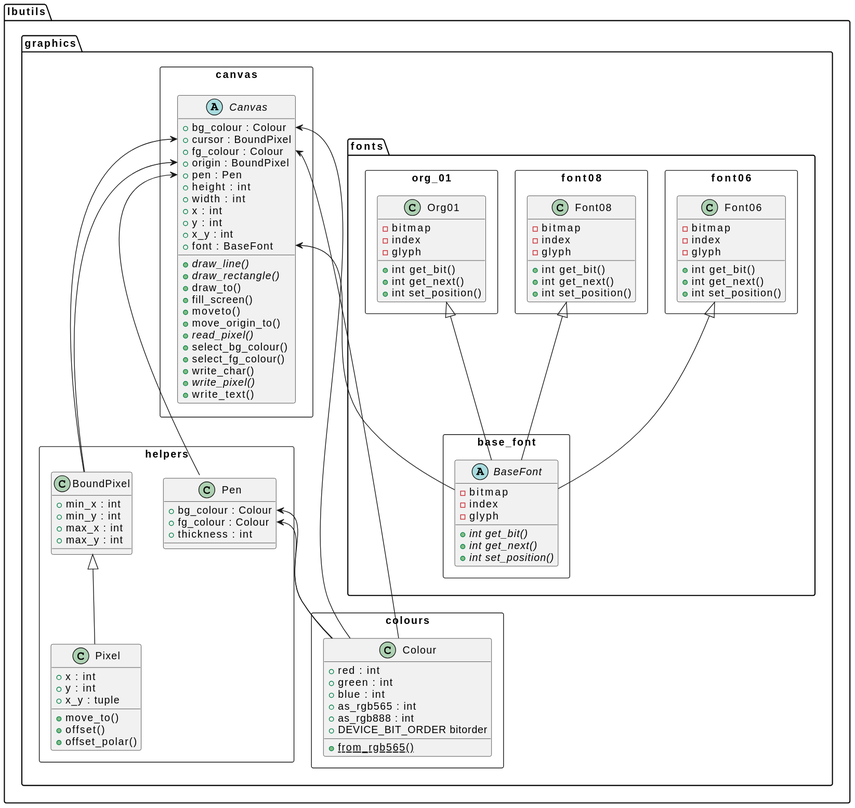
dlove24/lbutils keeps this PlantUML diagram as docs/media/lbutils_graphics.svg. Above is the earlier version.
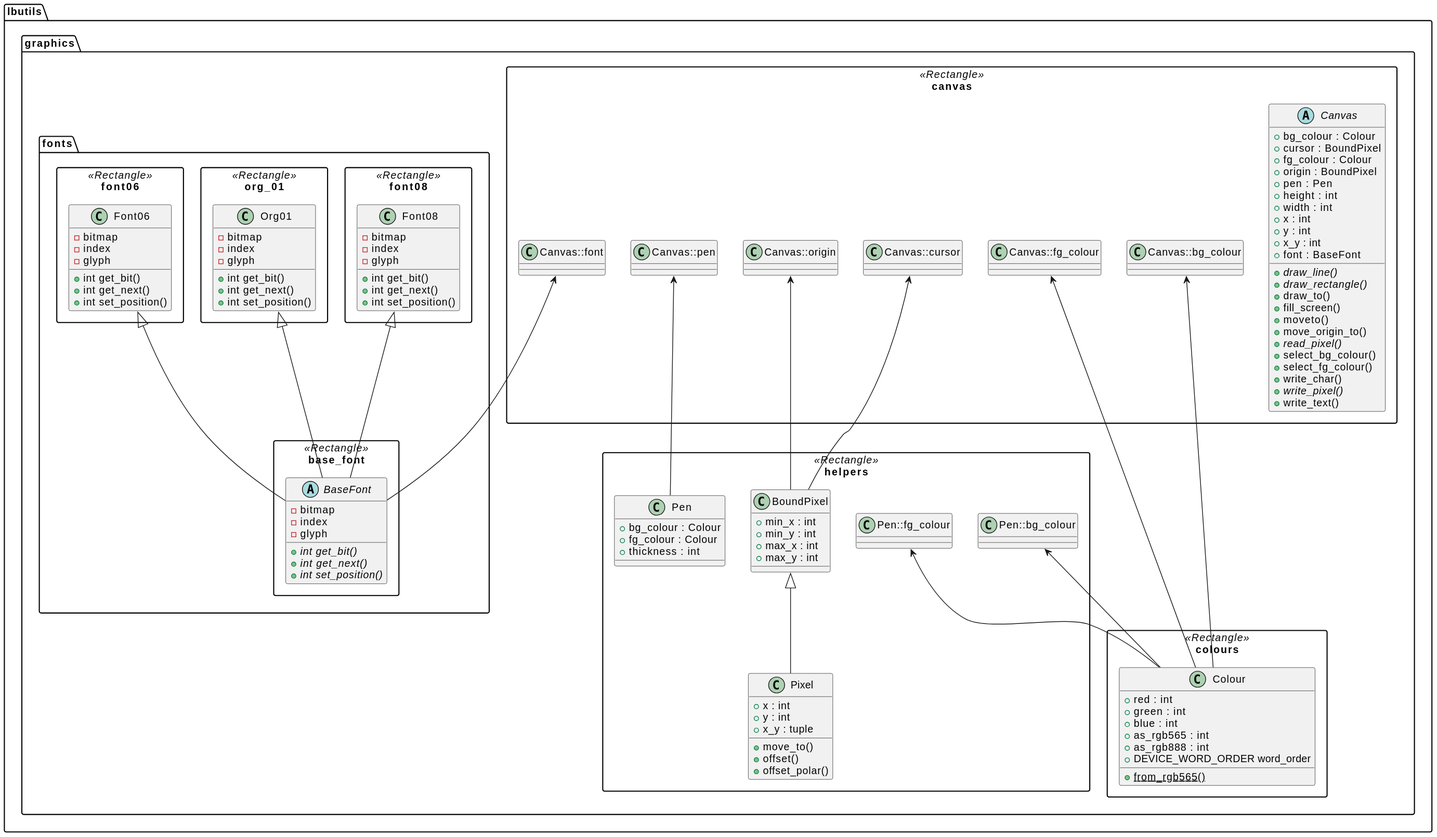
The same file after the commit.

The edit, as a diff of the source:
```diff
@@ -71,7 +71,7 @@
             + blue : int
             + as_rgb565 : int
             + as_rgb888 : int
-            +DEVICE_BIT_ORDER bitorder
+            +DEVICE_WORD_ORDER word_order
             {static} +from_rgb565()
         }
     }
```
